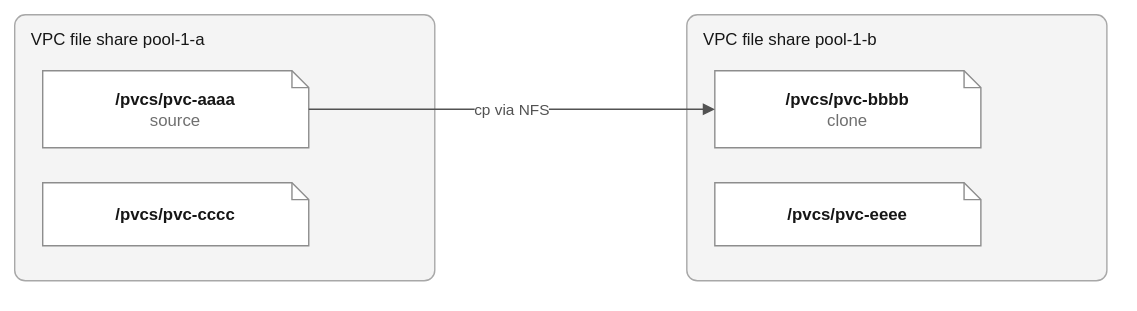
The draw.io diagram docs/images/volume-cloning-cross-share.drawio.svg in neil1taylor/ibm-vpc-file-pool-csi, before a commit. Source tidied: cells renumbered, new cells last; positions are measured from the earlier drawing's top-left corner, leaving out a move shared by most shapes.
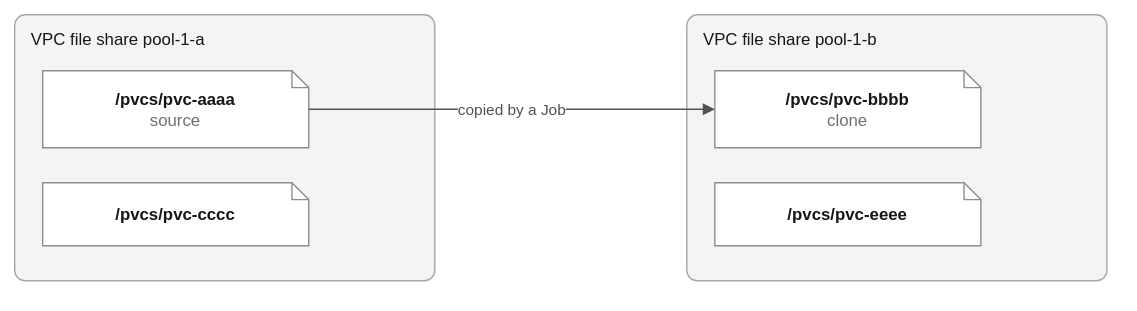
Later version of the same file.

Diff of the diagram source:
```diff
@@ -20,7 +20,7 @@
     <mxCell id="7" value="&lt;b&gt;/pvcs/pvc-eeee&lt;/b&gt;" style="shape=note;size=12;whiteSpace=wrap;html=1;fillColor=#ffffff;strokeColor=#8d8d8d;fontFamily=Helvetica;fontSize=12;fontColor=#161616;" parent="1" vertex="1">
       <mxGeometry x="500" y="120" width="190" height="45" as="geometry" />
     </mxCell>
-    <mxCell id="8" value="cp via NFS" style="endArrow=block;endFill=1;html=1;strokeColor=#525252;fontFamily=Helvetica;fontSize=11;fontColor=#525252;labelBackgroundColor=#ffffff;" parent="1" edge="1" source="4" target="6">
+    <mxCell id="8" value="copied by a Job" style="endArrow=block;endFill=1;html=1;strokeColor=#525252;fontFamily=Helvetica;fontSize=11;fontColor=#525252;labelBackgroundColor=#ffffff;" parent="1" edge="1" source="4" target="6">
       <mxGeometry relative="1" as="geometry" />
     </mxCell>
   </root>
```
